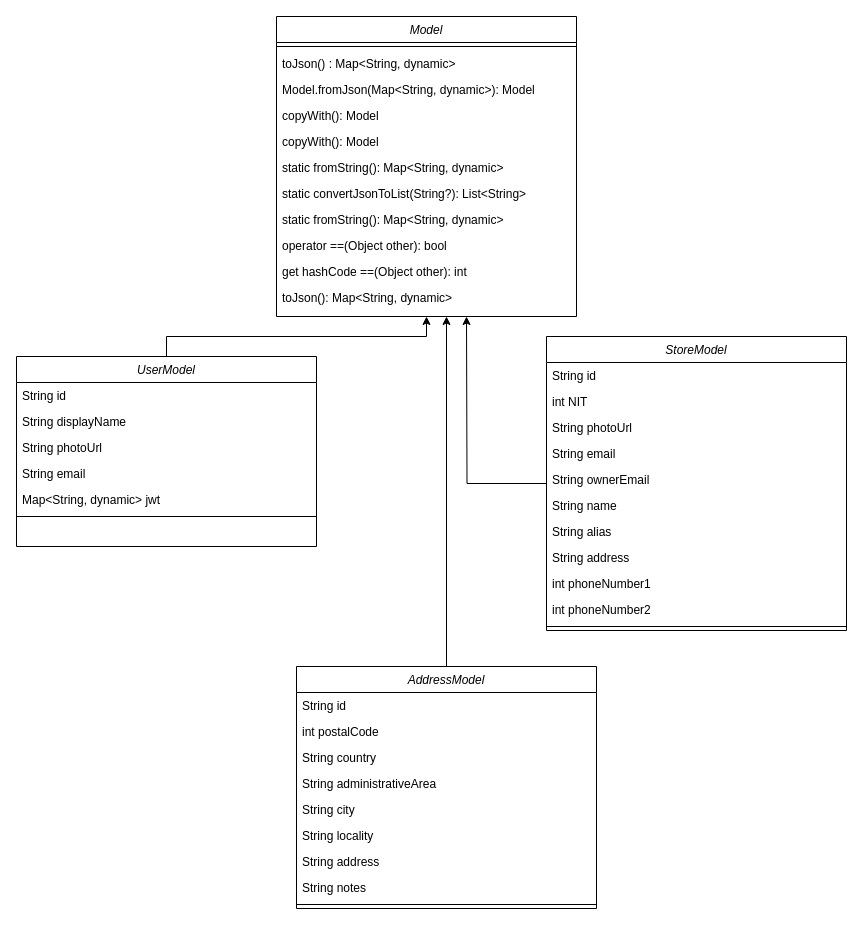
This is uml/uml_diagrams.drawio from grupo-jocaagura/jocaagura_domain, a draw.io file, before an edit. Source tidied: cells renumbered, new cells numbered last; positions are measured from the earlier drawing's top-left corner, leaving out a move shared by most shapes. Both pictures are drawn from the tidied source at 100%, with x=0, y=0 at pixel (16, 16).
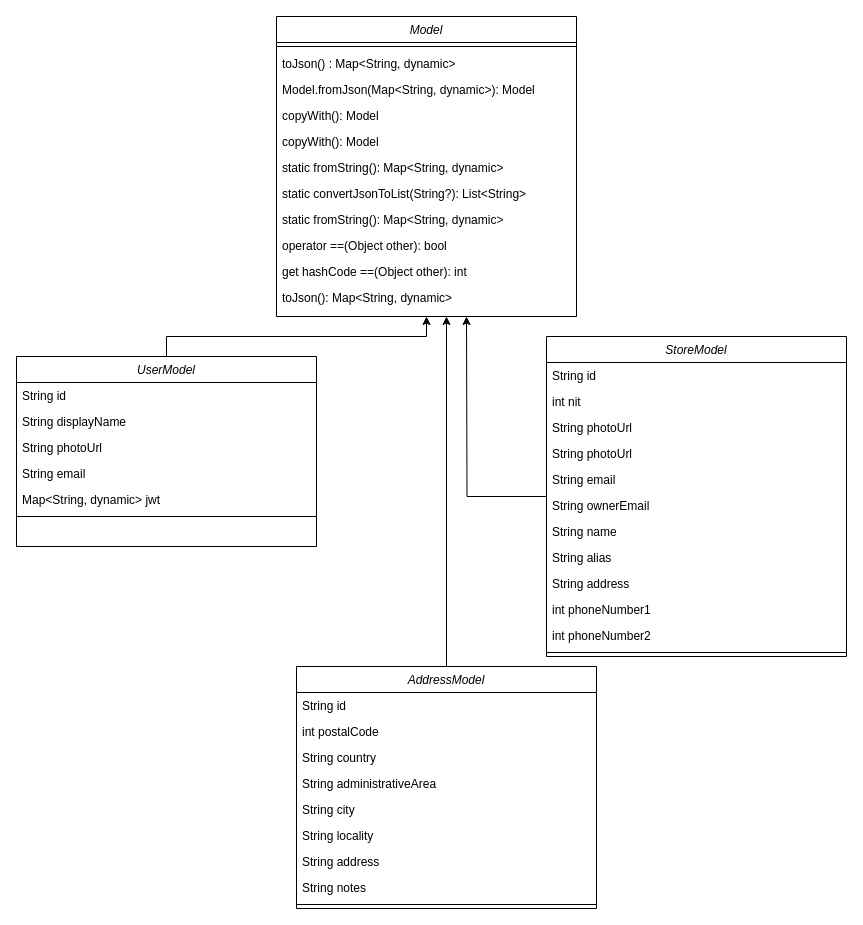
Above is the later version.

Diff of the diagram source:
```diff
@@
     <mxCell id="23" value="StoreModel" style="swimlane;fontStyle=2;align=center;verticalAlign=top;horizontal=1;startSize=26;rounded=0;shadow=0;strokeWidth=1;" parent="1" vertex="1">
-      <mxGeometry x="530" y="320" width="300" height="294" as="geometry" />
+      <mxGeometry x="530" y="320" width="300" height="320" as="geometry" />
     </mxCell>
@@
-    <mxCell id="25" value="int NIT" style="text;align=left;verticalAlign=top;spacingLeft=4;spacingRight=4;overflow=hidden;" parent="23" vertex="1">
+    <mxCell id="25" value="int nit" style="text;align=left;verticalAlign=top;spacingLeft=4;spacingRight=4;overflow=hidden;" parent="23" vertex="1">
       <mxGeometry y="52" width="300" height="26" as="geometry" />
     </mxCell>
@@
+    <mxCell id="46" value="String photoUrl" style="text;align=left;verticalAlign=top;spacingLeft=4;spacingRight=4;overflow=hidden;" parent="23" vertex="1">
+      <mxGeometry y="104" width="300" height="26" as="geometry" />
+    </mxCell>
     <mxCell id="27" value="String email" style="text;align=left;verticalAlign=top;spacingLeft=4;spacingRight=4;overflow=hidden;" parent="23" vertex="1">
-      <mxGeometry y="104" width="300" height="26" as="geometry" />
+      <mxGeometry y="130" width="300" height="26" as="geometry" />
     </mxCell>
     <mxCell id="28" value="String ownerEmail" style="text;align=left;verticalAlign=top;spacingLeft=4;spacingRight=4;overflow=hidden;" parent="23" vertex="1">
-      <mxGeometry y="130" width="300" height="26" as="geometry" />
+      <mxGeometry y="156" width="300" height="26" as="geometry" />
     </mxCell>
     <mxCell id="29" value="String name" style="text;align=left;verticalAlign=top;spacingLeft=4;spacingRight=4;overflow=hidden;" parent="23" vertex="1">
-      <mxGeometry y="156" width="300" height="26" as="geometry" />
+      <mxGeometry y="182" width="300" height="26" as="geometry" />
     </mxCell>
     <mxCell id="30" value="String alias" style="text;align=left;verticalAlign=top;spacingLeft=4;spacingRight=4;overflow=hidden;" parent="23" vertex="1">
-      <mxGeometry y="182" width="300" height="26" as="geometry" />
+      <mxGeometry y="208" width="300" height="26" as="geometry" />
     </mxCell>
     <mxCell id="31" value="String address" style="text;align=left;verticalAlign=top;spacingLeft=4;spacingRight=4;overflow=hidden;" parent="23" vertex="1">
-      <mxGeometry y="208" width="300" height="26" as="geometry" />
+      <mxGeometry y="234" width="300" height="26" as="geometry" />
     </mxCell>
     <mxCell id="32" value="int phoneNumber1" style="text;align=left;verticalAlign=top;spacingLeft=4;spacingRight=4;overflow=hidden;" parent="23" vertex="1">
-      <mxGeometry y="234" width="300" height="26" as="geometry" />
+      <mxGeometry y="260" width="300" height="26" as="geometry" />
     </mxCell>
     <mxCell id="33" value="int phoneNumber2" style="text;align=left;verticalAlign=top;spacingLeft=4;spacingRight=4;overflow=hidden;" parent="23" vertex="1">
-      <mxGeometry y="260" width="300" height="26" as="geometry" />
+      <mxGeometry y="286" width="300" height="26" as="geometry" />
     </mxCell>
     <mxCell id="34" style="line;html=1;strokeWidth=1;align=left;verticalAlign=middle;spacingTop=-1;spacingLeft=3;spacingRight=3;labelPosition=right;" parent="23" vertex="1">
-      <mxGeometry y="286" width="300" height="8" as="geometry" />
+      <mxGeometry y="312" width="300" height="8" as="geometry" />
     </mxCell>
```
